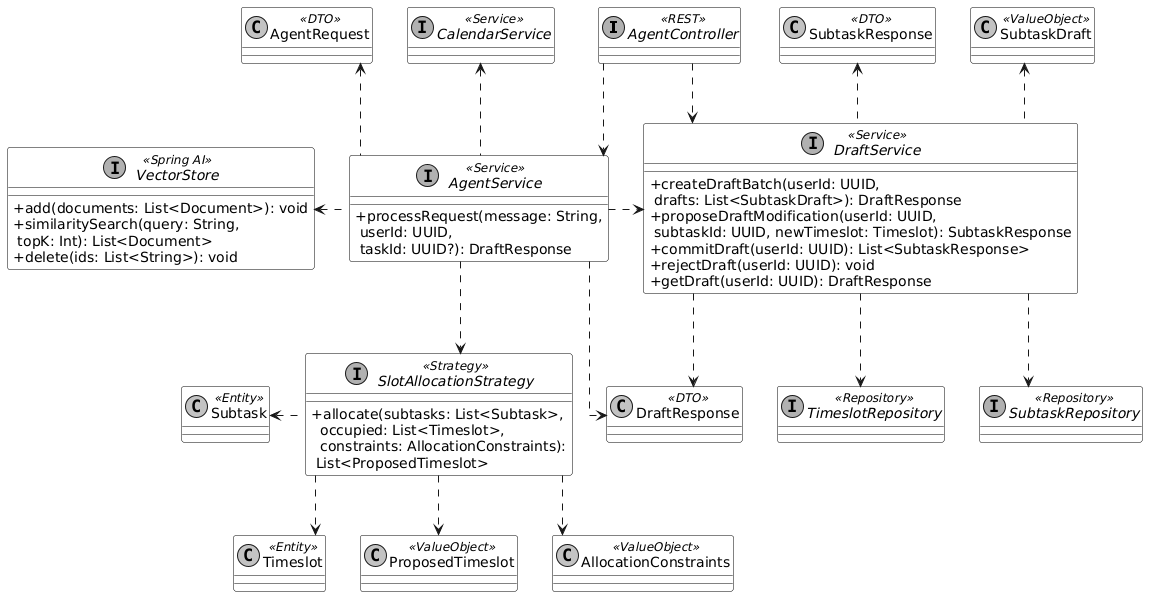
Hohichh/Diploma-project-notes keeps this PlantUML diagram as picture/diagrams/class_service_agent.png. Above is the earlier version.
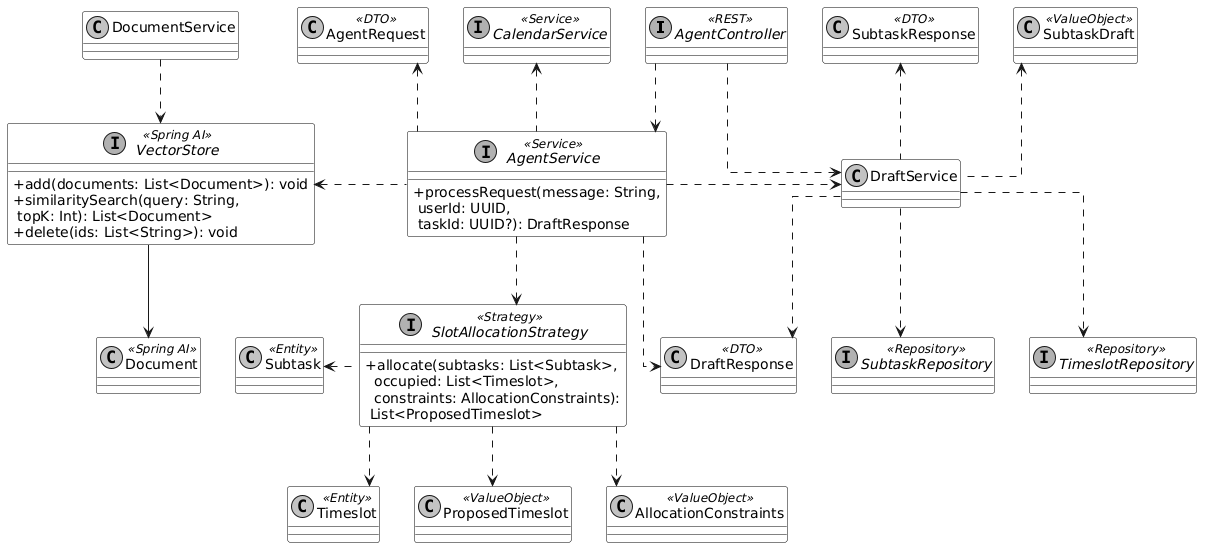
After the commit.

Change to the diagram source:
```diff
@@ -21,20 +21,13 @@
 
 class Subtask <<Entity>>
 class Timeslot <<Entity>>
+class Document <<Spring AI>>
 class SubtaskDraft <<ValueObject>>
 class ProposedTimeslot <<ValueObject>>
 class AllocationConstraints <<ValueObject>>
 
 interface AgentService <<Service>> {
     + processRequest(message: String,\n userId: UUID,\n taskId: UUID?): DraftResponse
-}
-
-interface DraftService <<Service>> {
-    + createDraftBatch(userId: UUID,\n drafts: List<SubtaskDraft>): DraftResponse
-    + proposeDraftModification(userId: UUID,\n subtaskId: UUID, newTimeslot: Timeslot): SubtaskResponse
-    + commitDraft(userId: UUID): List<SubtaskResponse>
-    + rejectDraft(userId: UUID): void
-    + getDraft(userId: UUID): DraftResponse
 }
 
 interface SlotAllocationStrategy <<Strategy>> {
@@ -54,6 +47,8 @@
 AgentService .right.> DraftService
 AgentService .down.> SlotAllocationStrategy
 AgentService .left.> VectorStore
+DocumentService .down.> VectorStore
+VectorStore --> Document
 AgentService .up.> AgentRequest
 AgentService ..> DraftResponse
 
```
